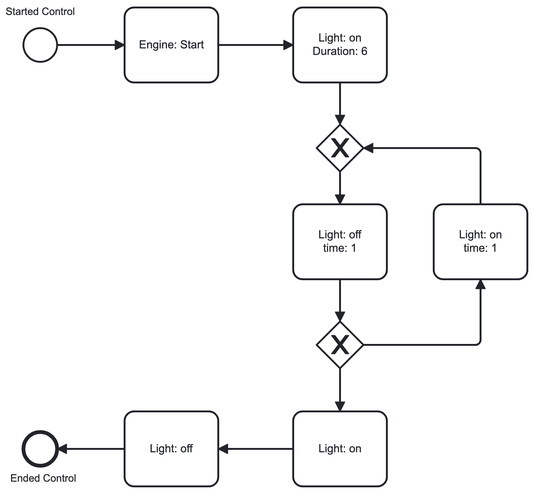
Earlier version of the BPMN export src/main/resources/adminFiles/setup.png (felix-klein/AdvancedPracticalCourse). Its source is kept beside it as src/main/resources/adminFiles/setup.bpmn. Ids are renumbered.
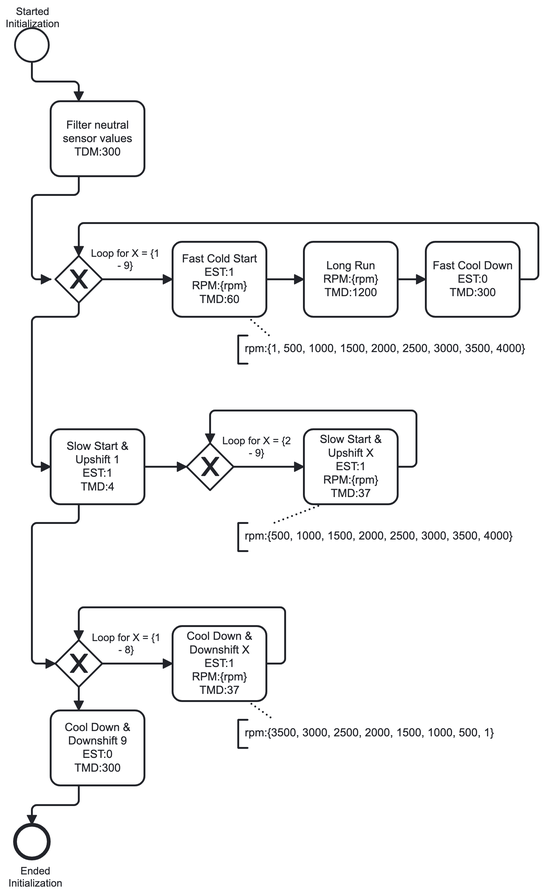
Later version of the same file.

Change to the diagram source:
```diff
@@ -1,141 +1,259 @@
 <bpmn:definitions xmlns:bpmn="http://www.omg.org/spec/BPMN/20100524/MODEL" xmlns:bpmndi="http://www.omg.org/spec/BPMN/20100524/DI" xmlns:dc="http://www.omg.org/spec/DD/20100524/DC" xmlns:di="http://www.omg.org/spec/DD/20100524/DI" xmlns:modeler="http://camunda.org/schema/modeler/1.0" id="Definitions_n1" targetNamespace="http://bpmn.io/schema/bpmn" exporter="Camunda Modeler" exporterVersion="5.12.0" modeler:executionPlatform="Camunda Cloud" modeler:executionPlatformVersion="8.2.0">
   <bpmn:process id="I-Setup" name="Initialization" isExecutable="true">
-    <bpmn:startEvent id="Event_n2" name="Started Control">
-      <bpmn:outgoing>Flow_n3</bpmn:outgoing>
+    <bpmn:startEvent id="Event_n2" name="Started Initialization">
+      <bpmn:outgoing>Flow_n25</bpmn:outgoing>
     </bpmn:startEvent>
-    <bpmn:task id="Activity_n4" name="Engine: Start">
-      <bpmn:incoming>Flow_n3</bpmn:incoming>
-      <bpmn:outgoing>Flow_n5</bpmn:outgoing>
+    <bpmn:endEvent id="Event_n9" name="Ended Initialization">
+      <bpmn:incoming>Flow_n26</bpmn:incoming>
+    </bpmn:endEvent>
+    <bpmn:task id="Activity_n27" name="Filter neutral sensor values&#10;TDM:300">
+      <bpmn:incoming>Flow_n25</bpmn:incoming>
+      <bpmn:outgoing>Flow_n28</bpmn:outgoing>
     </bpmn:task>
-    <bpmn:sequenceFlow id="Flow_n3" sourceRef="Event_n2" targetRef="Activity_n4" />
-    <bpmn:task id="Activity_n6" name="Light: off">
-      <bpmn:incoming>Flow_n7</bpmn:incoming>
-      <bpmn:outgoing>Flow_n8</bpmn:outgoing>
+    <bpmn:sequenceFlow id="Flow_n25" sourceRef="Event_n2" targetRef="Activity_n27" />
+    <bpmn:exclusiveGateway id="Gateway_n29" name="Loop for X = {1 - 9}">
+      <bpmn:incoming>Flow_n28</bpmn:incoming>
+      <bpmn:incoming>Flow_n30</bpmn:incoming>
+      <bpmn:outgoing>Flow_n31</bpmn:outgoing>
+      <bpmn:outgoing>Flow_n32</bpmn:outgoing>
+    </bpmn:exclusiveGateway>
+    <bpmn:task id="Activity_n33" name="Fast Cold Start&#10;EST:1&#10;RPM:{rpm}&#10;TMD:60">
+      <bpmn:incoming>Flow_n31</bpmn:incoming>
+      <bpmn:outgoing>Flow_n34</bpmn:outgoing>
     </bpmn:task>
-    <bpmn:endEvent id="Event_n9" name="Ended Control">
-      <bpmn:incoming>Flow_n8</bpmn:incoming>
-    </bpmn:endEvent>
-    <bpmn:task id="Activity_n10" name="Light: on&#10;Duration: 6">
-      <bpmn:incoming>Flow_n5</bpmn:incoming>
-      <bpmn:outgoing>Flow_n11</bpmn:outgoing>
+    <bpmn:task id="Activity_n35" name="Long Run&#10;RPM:{rpm}&#10;TMD:1200">
+      <bpmn:incoming>Flow_n34</bpmn:incoming>
+      <bpmn:outgoing>Flow_n36</bpmn:outgoing>
     </bpmn:task>
-    <bpmn:sequenceFlow id="Flow_n5" sourceRef="Activity_n4" targetRef="Activity_n10" />
-    <bpmn:sequenceFlow id="Flow_n8" sourceRef="Activity_n6" targetRef="Event_n9" />
-    <bpmn:task id="Activity_n12" name="Light: off&#10;time: 1">
-      <bpmn:incoming>Flow_n13</bpmn:incoming>
-      <bpmn:outgoing>Flow_n14</bpmn:outgoing>
+    <bpmn:task id="Activity_n37" name="Fast Cool Down&#10;EST:0&#10;TMD:300">
+      <bpmn:incoming>Flow_n36</bpmn:incoming>
+      <bpmn:outgoing>Flow_n30</bpmn:outgoing>
     </bpmn:task>
-    <bpmn:task id="Activity_n15" name="Light: on">
-      <bpmn:incoming>Flow_n16</bpmn:incoming>
-      <bpmn:outgoing>Flow_n7</bpmn:outgoing>
+    <bpmn:sequenceFlow id="Flow_n28" sourceRef="Activity_n27" targetRef="Gateway_n29" />
+    <bpmn:sequenceFlow id="Flow_n31" sourceRef="Gateway_n29" targetRef="Activity_n33" />
+    <bpmn:sequenceFlow id="Flow_n34" sourceRef="Activity_n33" targetRef="Activity_n35" />
+    <bpmn:sequenceFlow id="Flow_n36" sourceRef="Activity_n35" targetRef="Activity_n37" />
+    <bpmn:sequenceFlow id="Flow_n30" sourceRef="Activity_n37" targetRef="Gateway_n29" />
+    <bpmn:task id="Activity_n38" name="Slow Start &#38; Upshift 1&#10;EST:1&#10;TMD:4">
+      <bpmn:incoming>Flow_n32</bpmn:incoming>
+      <bpmn:outgoing>Flow_n39</bpmn:outgoing>
+      <bpmn:outgoing>Flow_n40</bpmn:outgoing>
     </bpmn:task>
-    <bpmn:sequenceFlow id="Flow_n7" sourceRef="Activity_n15" targetRef="Activity_n6" />
-    <bpmn:exclusiveGateway id="Gateway_n17">
-      <bpmn:incoming>Flow_n11</bpmn:incoming>
-      <bpmn:incoming>Flow_n18</bpmn:incoming>
-      <bpmn:outgoing>Flow_n13</bpmn:outgoing>
+    <bpmn:exclusiveGateway id="Gateway_n41" name="Loop for X = {2 - 9}">
+      <bpmn:incoming>Flow_n39</bpmn:incoming>
+      <bpmn:incoming>Flow_n42</bpmn:incoming>
+      <bpmn:outgoing>Flow_n43</bpmn:outgoing>
     </bpmn:exclusiveGateway>
-    <bpmn:sequenceFlow id="Flow_n11" sourceRef="Activity_n10" targetRef="Gateway_n17" />
-    <bpmn:exclusiveGateway id="Gateway_n19">
-      <bpmn:incoming>Flow_n14</bpmn:incoming>
-      <bpmn:outgoing>Flow_n16</bpmn:outgoing>
-      <bpmn:outgoing>Flow_n20</bpmn:outgoing>
+    <bpmn:task id="Activity_n44" name="Slow Start &#38; Upshift X&#10;EST:1&#10;RPM:{rpm}&#10;TMD:37">
+      <bpmn:extensionElements />
+      <bpmn:incoming>Flow_n43</bpmn:incoming>
+      <bpmn:outgoing>Flow_n42</bpmn:outgoing>
+    </bpmn:task>
+    <bpmn:sequenceFlow id="Flow_n43" sourceRef="Gateway_n41" targetRef="Activity_n44" />
+    <bpmn:sequenceFlow id="Flow_n42" sourceRef="Activity_n44" targetRef="Gateway_n41" />
+    <bpmn:sequenceFlow id="Flow_n39" sourceRef="Activity_n38" targetRef="Gateway_n41" />
+    <bpmn:sequenceFlow id="Flow_n32" sourceRef="Gateway_n29" targetRef="Activity_n38" />
+    <bpmn:task id="Activity_n45" name="Cool Down &#38; Downshift 9&#10;EST:0&#10;TMD:300">
+      <bpmn:incoming>Flow_n46</bpmn:incoming>
+      <bpmn:outgoing>Flow_n26</bpmn:outgoing>
+    </bpmn:task>
+    <bpmn:exclusiveGateway id="Gateway_n47" name="Loop for X = {1 - 8}">
+      <bpmn:incoming>Flow_n48</bpmn:incoming>
+      <bpmn:incoming>Flow_n40</bpmn:incoming>
+      <bpmn:outgoing>Flow_n49</bpmn:outgoing>
+      <bpmn:outgoing>Flow_n46</bpmn:outgoing>
     </bpmn:exclusiveGateway>
-    <bpmn:sequenceFlow id="Flow_n16" sourceRef="Gateway_n19" targetRef="Activity_n15" />
-    <bpmn:task id="Activity_n21" name="Light: on&#10;time: 1">
-      <bpmn:incoming>Flow_n20</bpmn:incoming>
-      <bpmn:outgoing>Flow_n18</bpmn:outgoing>
+    <bpmn:task id="Activity_n50" name="Cool Down &#38; Downshift X&#10;EST:1&#10;RPM:{rpm}&#10;TMD:37">
+      <bpmn:incoming>Flow_n49</bpmn:incoming>
+      <bpmn:outgoing>Flow_n48</bpmn:outgoing>
     </bpmn:task>
-    <bpmn:sequenceFlow id="Flow_n13" sourceRef="Gateway_n17" targetRef="Activity_n12" />
-    <bpmn:sequenceFlow id="Flow_n14" sourceRef="Activity_n12" targetRef="Gateway_n19" />
-    <bpmn:sequenceFlow id="Flow_n20" sourceRef="Gateway_n19" targetRef="Activity_n21" />
-    <bpmn:sequenceFlow id="Flow_n18" sourceRef="Activity_n21" targetRef="Gateway_n17" />
+    <bpmn:sequenceFlow id="Flow_n48" sourceRef="Activity_n50" targetRef="Gateway_n47" />
+    <bpmn:sequenceFlow id="Flow_n49" sourceRef="Gateway_n47" targetRef="Activity_n50" />
+    <bpmn:sequenceFlow id="Flow_n40" sourceRef="Activity_n38" targetRef="Gateway_n47" />
+    <bpmn:sequenceFlow id="Flow_n46" sourceRef="Gateway_n47" targetRef="Activity_n45" />
+    <bpmn:sequenceFlow id="Flow_n26" sourceRef="Activity_n45" targetRef="Event_n9" />
+    <bpmn:textAnnotation id="TextAnnotation_n51">
+      <bpmn:text>rpm:{1, 500, 1000, 1500, 2000, 2500, 3000, 3500, 4000}</bpmn:text>
+    </bpmn:textAnnotation>
+    <bpmn:association id="Association_n52" sourceRef="Activity_n33" targetRef="TextAnnotation_n51" />
+    <bpmn:textAnnotation id="TextAnnotation_n53">
+      <bpmn:text>rpm:{500, 1000, 1500, 2000, 2500, 3000, 3500, 4000}</bpmn:text>
+    </bpmn:textAnnotation>
+    <bpmn:association id="Association_n54" sourceRef="Activity_n44" targetRef="TextAnnotation_n53" />
+    <bpmn:textAnnotation id="TextAnnotation_n55">
+      <bpmn:text>rpm:{3500, 3000, 2500, 2000, 1500, 1000, 500, 1}</bpmn:text>
+    </bpmn:textAnnotation>
+    <bpmn:association id="Association_n56" sourceRef="Activity_n50" targetRef="TextAnnotation_n55" />
   </bpmn:process>
   <bpmndi:BPMNDiagram id="BPMNDiagram_1">
     <bpmndi:BPMNPlane id="BPMNPlane_1" bpmnElement="I-Setup">
-      <bpmndi:BPMNShape id="Event_19llt6n_di" bpmnElement="Event_n2">
-        <dc:Bounds x="172" y="102" width="36" height="36" />
+      <bpmndi:BPMNShape id="TextAnnotation_n51_di" bpmnElement="TextAnnotation_n51">
+        <dc:Bounds x="390" y="430" width="320" height="30" />
+        <bpmndi:BPMNLabel />
+      </bpmndi:BPMNShape>
+      <bpmndi:BPMNShape id="BPMNShape_n57" bpmnElement="TextAnnotation_n53">
+        <dc:Bounds x="390" y="630" width="320" height="30" />
+        <bpmndi:BPMNLabel />
+      </bpmndi:BPMNShape>
+      <bpmndi:BPMNShape id="BPMNShape_n58" bpmnElement="TextAnnotation_n55">
+        <dc:Bounds x="390" y="840" width="320" height="30" />
+        <bpmndi:BPMNLabel />
+      </bpmndi:BPMNShape>
+      <bpmndi:BPMNShape id="Gateway_n29_di" bpmnElement="Gateway_n29" isMarkerVisible="true">
+        <dc:Bounds x="195" y="345" width="50" height="50" />
         <bpmndi:BPMNLabel>
-          <dc:Bounds x="153" y="78" width="74" height="14" />
+          <dc:Bounds x="233" y="336" width="74" height="27" />
         </bpmndi:BPMNLabel>
       </bpmndi:BPMNShape>
-      <bpmndi:BPMNShape id="BPMNShape_n22" bpmnElement="Activity_n4">
-        <dc:Bounds x="280" y="80" width="100" height="80" />
+      <bpmndi:BPMNShape id="BPMNShape_n59" bpmnElement="Activity_n33">
+        <dc:Bounds x="320" y="330" width="100" height="80" />
         <bpmndi:BPMNLabel />
       </bpmndi:BPMNShape>
-      <bpmndi:BPMNShape id="Activity_n6_di" bpmnElement="Activity_n6">
-        <dc:Bounds x="280" y="511" width="100" height="80" />
+      <bpmndi:BPMNShape id="BPMNShape_n60" bpmnElement="Activity_n37">
+        <dc:Bounds x="590" y="330" width="100" height="80" />
+        <bpmndi:BPMNLabel />
+      </bpmndi:BPMNShape>
+      <bpmndi:BPMNShape id="BPMNShape_n61" bpmnElement="Activity_n35">
+        <dc:Bounds x="460" y="330" width="100" height="80" />
+        <bpmndi:BPMNLabel />
+      </bpmndi:BPMNShape>
+      <bpmndi:BPMNShape id="BPMNShape_n62" bpmnElement="Gateway_n47" isMarkerVisible="true">
+        <dc:Bounds x="195" y="755" width="50" height="50" />
+        <bpmndi:BPMNLabel>
+          <dc:Bounds x="234" y="746" width="74" height="27" />
+        </bpmndi:BPMNLabel>
+      </bpmndi:BPMNShape>
+      <bpmndi:BPMNShape id="BPMNShape_n63" bpmnElement="Activity_n50">
+        <dc:Bounds x="320" y="740" width="100" height="80" />
+        <bpmndi:BPMNLabel />
+      </bpmndi:BPMNShape>
+      <bpmndi:BPMNShape id="Activity_n27_di" bpmnElement="Activity_n27">
+        <dc:Bounds x="190" y="180" width="100" height="80" />
+        <bpmndi:BPMNLabel />
+      </bpmndi:BPMNShape>
+      <bpmndi:BPMNShape id="Activity_n38_di" bpmnElement="Activity_n38">
+        <dc:Bounds x="190" y="530" width="100" height="80" />
+        <bpmndi:BPMNLabel />
+      </bpmndi:BPMNShape>
+      <bpmndi:BPMNShape id="BPMNShape_n64" bpmnElement="Gateway_n41" isMarkerVisible="true">
+        <dc:Bounds x="335" y="545" width="50" height="50" />
+        <bpmndi:BPMNLabel>
+          <dc:Bounds x="373" y="536" width="74" height="27" />
+        </bpmndi:BPMNLabel>
+      </bpmndi:BPMNShape>
+      <bpmndi:BPMNShape id="BPMNShape_n65" bpmnElement="Activity_n44">
+        <dc:Bounds x="460" y="530" width="100" height="80" />
+        <bpmndi:BPMNLabel />
+      </bpmndi:BPMNShape>
+      <bpmndi:BPMNShape id="Event_19llt6n_di" bpmnElement="Event_n2">
+        <dc:Bounds x="152" y="102" width="36" height="36" />
+        <bpmndi:BPMNLabel>
+          <dc:Bounds x="142" y="78" width="58" height="27" />
+        </bpmndi:BPMNLabel>
+      </bpmndi:BPMNShape>
+      <bpmndi:BPMNShape id="BPMNShape_n66" bpmnElement="Activity_n45">
+        <dc:Bounds x="190" y="830" width="100" height="80" />
         <bpmndi:BPMNLabel />
       </bpmndi:BPMNShape>
       <bpmndi:BPMNShape id="Event_n9_di" bpmnElement="Event_n9">
-        <dc:Bounds x="172" y="533" width="36" height="36" />
+        <dc:Bounds x="152" y="952" width="36" height="36" />
         <bpmndi:BPMNLabel>
-          <dc:Bounds x="158" y="576" width="71" height="14" />
+          <dc:Bounds x="145" y="995" width="58" height="27" />
         </bpmndi:BPMNLabel>
       </bpmndi:BPMNShape>
-      <bpmndi:BPMNShape id="Activity_n10_di" bpmnElement="Activity_n10">
-        <dc:Bounds x="460" y="80" width="100" height="80" />
-        <bpmndi:BPMNLabel />
-      </bpmndi:BPMNShape>
-      <bpmndi:BPMNShape id="Activity_n12_di" bpmnElement="Activity_n12">
-        <dc:Bounds x="460" y="290" width="100" height="80" />
-        <bpmndi:BPMNLabel />
-      </bpmndi:BPMNShape>
-      <bpmndi:BPMNShape id="BPMNShape_n23" bpmnElement="Activity_n15">
-        <dc:Bounds x="460" y="511" width="100" height="80" />
-        <bpmndi:BPMNLabel />
-      </bpmndi:BPMNShape>
-      <bpmndi:BPMNShape id="Gateway_n17_di" bpmnElement="Gateway_n17" isMarkerVisible="true">
-        <dc:Bounds x="485" y="205" width="50" height="50" />
-      </bpmndi:BPMNShape>
-      <bpmndi:BPMNShape id="Gateway_n19_di" bpmnElement="Gateway_n19" isMarkerVisible="true">
-        <dc:Bounds x="485" y="415" width="50" height="50" />
-      </bpmndi:BPMNShape>
-      <bpmndi:BPMNShape id="BPMNShape_n24" bpmnElement="Activity_n21">
-        <dc:Bounds x="610" y="290" width="100" height="80" />
-        <bpmndi:BPMNLabel />
-      </bpmndi:BPMNShape>
-      <bpmndi:BPMNEdge id="Flow_n3_di" bpmnElement="Flow_n3">
-        <di:waypoint x="208" y="120" />
-        <di:waypoint x="280" y="120" />
+      <bpmndi:BPMNEdge id="Association_n52_di" bpmnElement="Association_n52">
+        <di:waypoint x="400" y="410" />
+        <di:waypoint x="423" y="430" />
       </bpmndi:BPMNEdge>
-      <bpmndi:BPMNEdge id="Flow_n5_di" bpmnElement="Flow_n5">
-        <di:waypoint x="380" y="120" />
-        <di:waypoint x="460" y="120" />
+      <bpmndi:BPMNEdge id="BPMNEdge_n67" bpmnElement="Association_n54">
+        <di:waypoint x="480" y="610" />
+        <di:waypoint x="428" y="630" />
       </bpmndi:BPMNEdge>
-      <bpmndi:BPMNEdge id="Flow_n8_di" bpmnElement="Flow_n8">
-        <di:waypoint x="280" y="551" />
-        <di:waypoint x="208" y="551" />
+      <bpmndi:BPMNEdge id="BPMNEdge_n68" bpmnElement="Association_n56">
+        <di:waypoint x="400" y="820" />
+        <di:waypoint x="428" y="840" />
       </bpmndi:BPMNEdge>
-      <bpmndi:BPMNEdge id="Flow_n7_di" bpmnElement="Flow_n7">
-        <di:waypoint x="460" y="551" />
-        <di:waypoint x="380" y="551" />
+      <bpmndi:BPMNEdge id="Flow_n28_di" bpmnElement="Flow_n28">
+        <di:waypoint x="220" y="260" />
+        <di:waypoint x="220" y="280" />
+        <di:waypoint x="170" y="280" />
+        <di:waypoint x="170" y="370" />
+        <di:waypoint x="190" y="370" />
       </bpmndi:BPMNEdge>
-      <bpmndi:BPMNEdge id="Flow_n11_di" bpmnElement="Flow_n11">
-        <di:waypoint x="510" y="160" />
-        <di:waypoint x="510" y="205" />
+      <bpmndi:BPMNEdge id="Flow_n30_di" bpmnElement="Flow_n30">
+        <di:waypoint x="690" y="370" />
+        <di:waypoint x="710" y="370" />
+        <di:waypoint x="710" y="310" />
+        <di:waypoint x="220" y="310" />
+        <di:waypoint x="220" y="345" />
       </bpmndi:BPMNEdge>
-      <bpmndi:BPMNEdge id="Flow_n16_di" bpmnElement="Flow_n16">
-        <di:waypoint x="510" y="465" />
-        <di:waypoint x="510" y="511" />
+      <bpmndi:BPMNEdge id="Flow_n31_di" bpmnElement="Flow_n31">
+        <di:waypoint x="245" y="370" />
+        <di:waypoint x="320" y="370" />
       </bpmndi:BPMNEdge>
-      <bpmndi:BPMNEdge id="Flow_n13_di" bpmnElement="Flow_n13">
-        <di:waypoint x="510" y="255" />
-        <di:waypoint x="510" y="290" />
+      <bpmndi:BPMNEdge id="Flow_n25_di" bpmnElement="Flow_n25">
+        <di:waypoint x="170" y="138" />
+        <di:waypoint x="170" y="159" />
+        <di:waypoint x="220" y="159" />
+        <di:waypoint x="220" y="180" />
       </bpmndi:BPMNEdge>
-      <bpmndi:BPMNEdge id="Flow_n14_di" bpmnElement="Flow_n14">
-        <di:waypoint x="510" y="370" />
-        <di:waypoint x="510" y="415" />
+      <bpmndi:BPMNEdge id="Flow_n32_di" bpmnElement="Flow_n32">
+        <di:waypoint x="220" y="395" />
+        <di:waypoint x="220" y="410" />
+        <di:waypoint x="170" y="410" />
+        <di:waypoint x="170" y="570" />
+        <di:waypoint x="190" y="570" />
       </bpmndi:BPMNEdge>
-      <bpmndi:BPMNEdge id="Flow_n20_di" bpmnElement="Flow_n20">
-        <di:waypoint x="535" y="440" />
-        <di:waypoint x="660" y="440" />
-        <di:waypoint x="660" y="370" />
+      <bpmndi:BPMNEdge id="Flow_n34_di" bpmnElement="Flow_n34">
+        <di:waypoint x="420" y="370" />
+        <di:waypoint x="460" y="370" />
       </bpmndi:BPMNEdge>
-      <bpmndi:BPMNEdge id="Flow_n18_di" bpmnElement="Flow_n18">
-        <di:waypoint x="660" y="290" />
-        <di:waypoint x="660" y="230" />
-        <di:waypoint x="535" y="230" />
+      <bpmndi:BPMNEdge id="Flow_n36_di" bpmnElement="Flow_n36">
+        <di:waypoint x="560" y="370" />
+        <di:waypoint x="590" y="370" />
+      </bpmndi:BPMNEdge>
+      <bpmndi:BPMNEdge id="BPMNEdge_n69" bpmnElement="Flow_n48">
+        <di:waypoint x="420" y="780" />
+        <di:waypoint x="440" y="780" />
+        <di:waypoint x="440" y="720" />
+        <di:waypoint x="220" y="720" />
+        <di:waypoint x="220" y="755" />
+      </bpmndi:BPMNEdge>
+      <bpmndi:BPMNEdge id="BPMNEdge_n70" bpmnElement="Flow_n49">
+        <di:waypoint x="245" y="780" />
+        <di:waypoint x="320" y="780" />
+      </bpmndi:BPMNEdge>
+      <bpmndi:BPMNEdge id="Flow_n40_di" bpmnElement="Flow_n40">
+        <di:waypoint x="220" y="610" />
+        <di:waypoint x="220" y="630" />
+        <di:waypoint x="170" y="630" />
+        <di:waypoint x="170" y="780" />
+        <di:waypoint x="195" y="780" />
+      </bpmndi:BPMNEdge>
+      <bpmndi:BPMNEdge id="Flow_n46_di" bpmnElement="Flow_n46">
+        <di:waypoint x="220" y="805" />
+        <di:waypoint x="220" y="830" />
+      </bpmndi:BPMNEdge>
+      <bpmndi:BPMNEdge id="Flow_n39_di" bpmnElement="Flow_n39">
+        <di:waypoint x="290" y="570" />
+        <di:waypoint x="335" y="570" />
+      </bpmndi:BPMNEdge>
+      <bpmndi:BPMNEdge id="BPMNEdge_n71" bpmnElement="Flow_n42">
+        <di:waypoint x="560" y="570" />
+        <di:waypoint x="580" y="570" />
+        <di:waypoint x="580" y="510" />
+        <di:waypoint x="360" y="510" />
+        <di:waypoint x="360" y="545" />
+      </bpmndi:BPMNEdge>
+      <bpmndi:BPMNEdge id="BPMNEdge_n72" bpmnElement="Flow_n43">
+        <di:waypoint x="385" y="570" />
+        <di:waypoint x="460" y="570" />
+      </bpmndi:BPMNEdge>
+      <bpmndi:BPMNEdge id="Flow_n26_di" bpmnElement="Flow_n26">
+        <di:waypoint x="220" y="910" />
+        <di:waypoint x="220" y="931" />
+        <di:waypoint x="170" y="931" />
+        <di:waypoint x="170" y="952" />
       </bpmndi:BPMNEdge>
     </bpmndi:BPMNPlane>
   </bpmndi:BPMNDiagram>
```
